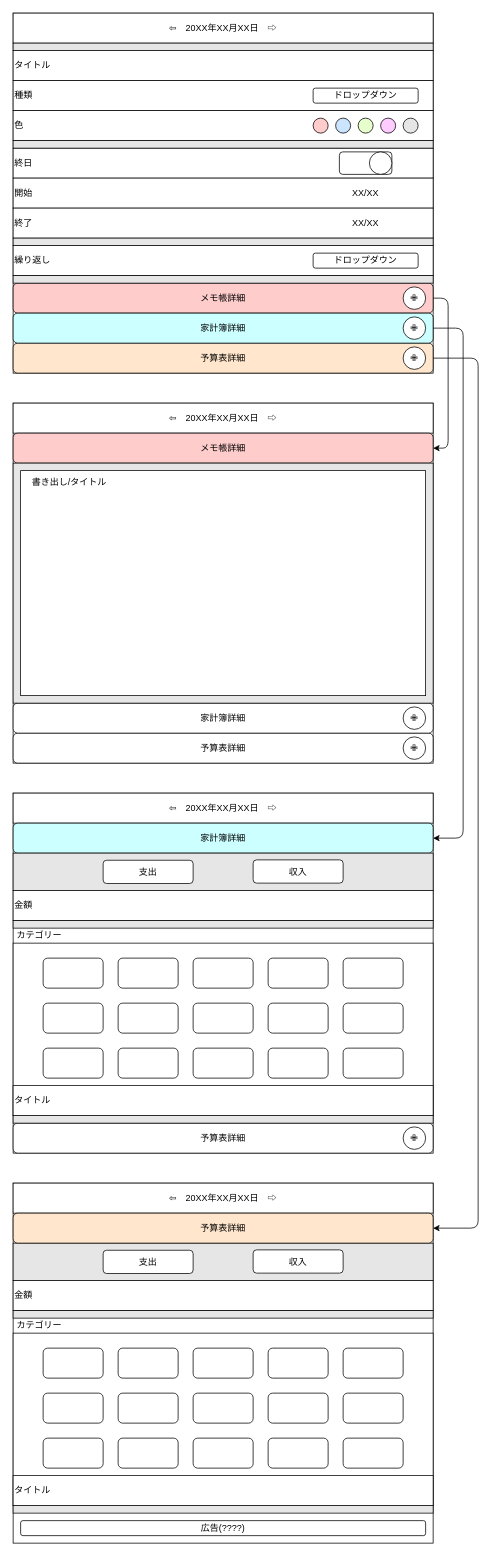
Earlier version of the draw.io diagram page "入力(サブ画面レイアウト)" (3 of 3) of drawio/Expenses_Calendar.drawio (maimai1307/Expenses_Calendar). Source tidied: cells renumbered, new cells numbered last; positions are measured from the earlier drawing's top-left corner, leaving out a move shared by most shapes. Both pictures are drawn from the tidied source at 75%, with x=0, y=0 at pixel (13, 13).
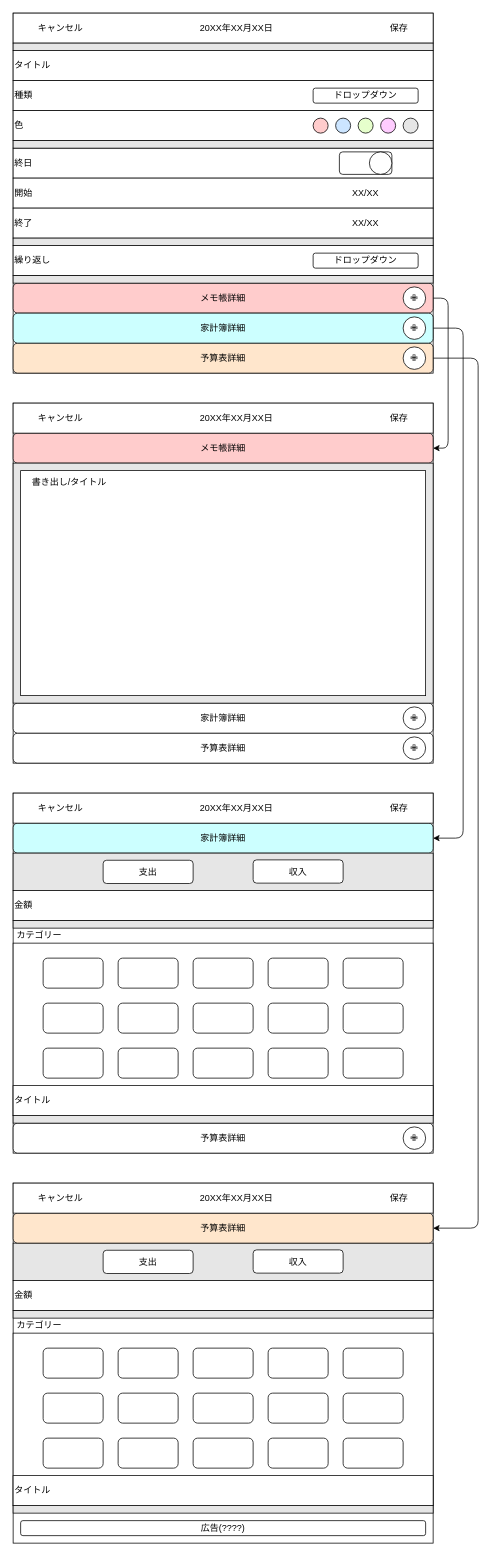
The same page after the edit.

Change to the diagram source:
```diff
@@
-    <mxCell id="3" value="⇦　20XX年XX月XX日　⇨" style="rounded=0;whiteSpace=wrap;html=1;fillColor=#FFFFFF;strokeColor=#000000;" parent="1" vertex="1">
+    <mxCell id="3" value="&lt;div&gt;&lt;span style=&quot;background-color: transparent;&quot;&gt;キャンセル　　　　　　　　　　　　　20XX年XX月XX日　　　　　　　　　　　　　保存&lt;/span&gt;&lt;/div&gt;" style="rounded=0;whiteSpace=wrap;html=1;fillColor=#FFFFFF;strokeColor=#000000;" parent="1" vertex="1">
       <mxGeometry width="560" height="40" as="geometry" />
     </mxCell>
@@
-    <mxCell id="34" value="⇦　20XX年XX月XX日　⇨" style="rounded=0;whiteSpace=wrap;html=1;fillColor=#FFFFFF;strokeColor=#000000;" parent="1" vertex="1">
-      <mxGeometry y="520" width="560" height="40" as="geometry" />
-    </mxCell>
@@
-    <mxCell id="47" value="⇦　20XX年XX月XX日　⇨" style="rounded=0;whiteSpace=wrap;html=1;fillColor=#FFFFFF;strokeColor=#000000;" parent="1" vertex="1">
-      <mxGeometry y="1040" width="560" height="40" as="geometry" />
-    </mxCell>
@@
-    <mxCell id="76" value="⇦　20XX年XX月XX日　⇨" style="rounded=0;whiteSpace=wrap;html=1;fillColor=#FFFFFF;strokeColor=#000000;" parent="1" vertex="1">
-      <mxGeometry y="1560" width="560" height="40" as="geometry" />
-    </mxCell>
@@
+    <mxCell id="103" value="&lt;div&gt;&lt;span style=&quot;background-color: transparent;&quot;&gt;キャンセル　　　　　　　　　　　　　20XX年XX月XX日　　　　　　　　　　　　　保存&lt;/span&gt;&lt;/div&gt;" style="rounded=0;whiteSpace=wrap;html=1;fillColor=#FFFFFF;strokeColor=#000000;" parent="1" vertex="1">
+      <mxGeometry y="520" width="560" height="40" as="geometry" />
+    </mxCell>
+    <mxCell id="104" value="&lt;div&gt;&lt;span style=&quot;background-color: transparent;&quot;&gt;キャンセル　　　　　　　　　　　　　20XX年XX月XX日　　　　　　　　　　　　　保存&lt;/span&gt;&lt;/div&gt;" style="rounded=0;whiteSpace=wrap;html=1;fillColor=#FFFFFF;strokeColor=#000000;" parent="1" vertex="1">
+      <mxGeometry y="1040" width="560" height="40" as="geometry" />
+    </mxCell>
+    <mxCell id="105" value="&lt;div&gt;&lt;span style=&quot;background-color: transparent;&quot;&gt;キャンセル　　　　　　　　　　　　　20XX年XX月XX日　　　　　　　　　　　　　保存&lt;/span&gt;&lt;/div&gt;" style="rounded=0;whiteSpace=wrap;html=1;fillColor=#FFFFFF;strokeColor=#000000;" parent="1" vertex="1">
+      <mxGeometry y="1560" width="560" height="40" as="geometry" />
+    </mxCell>
```
